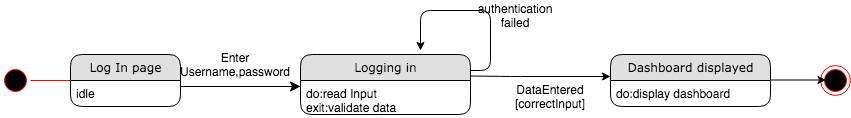
Earlier version of the draw.io export Diagrams/State Chart Diagrams/ST_01 LOGIN.png (kkasharaj17/SE-project). Source tidied: cells renumbered, new cells last; positions are measured from the earlier drawing's top-left corner, leaving out a move shared by most shapes. Source of this version:
```xml
<mxGraphModel background="#ffffff">
  <root>
    <mxCell id="0" />
    <mxCell id="1" parent="0" />
    <mxCell id="2" style="edgeStyle=orthogonalEdgeStyle;html=1;labelBackgroundColor=none;startFill=0;startSize=8;endFill=1;endSize=8;fontFamily=Verdana;fontSize=12;exitX=1;exitY=0.5;" parent="1" edge="1">
      <mxGeometry relative="1" as="geometry">
        <mxPoint x="180" y="86" as="sourcePoint" />
        <mxPoint x="300" y="86" as="targetPoint" />
      </mxGeometry>
    </mxCell>
    <mxCell id="3" value="authentication failed" style="text;html=1;strokeColor=none;fillColor=none;align=center;verticalAlign=middle;whiteSpace=wrap;rounded=0;" parent="1" vertex="1">
      <mxGeometry x="480" width="70" height="30" as="geometry" />
    </mxCell>
    <mxCell id="4" value="DataEntered [correctInput]" style="text;html=1;strokeColor=none;fillColor=none;align=center;verticalAlign=middle;whiteSpace=wrap;rounded=0;" parent="1" vertex="1">
      <mxGeometry x="510" y="86" width="80" height="20" as="geometry" />
    </mxCell>
    <mxCell id="5" style="ellipse;html=1;shape=endState;fillColor=#000000;strokeColor=#ff0000;" parent="1" vertex="1">
      <mxGeometry x="820" y="65" width="30" height="30" as="geometry" />
    </mxCell>
    <mxCell id="6" style="ellipse;html=1;shape=startState;fillColor=#000000;strokeColor=#ff0000;" parent="1" vertex="1">
      <mxGeometry y="65" width="30" height="30" as="geometry" />
    </mxCell>
    <mxCell id="7" style="edgeStyle=orthogonalEdgeStyle;html=1;verticalAlign=bottom;endArrow=open;endSize=8;strokeColor=#ff0000;" parent="1" edge="1" source="6">
      <mxGeometry relative="1" as="geometry">
        <mxPoint x="90" y="80" as="targetPoint" />
      </mxGeometry>
    </mxCell>
    <mxCell id="8" style="endArrow=classic;html=1;" parent="1" edge="1">
      <mxGeometry relative="1" as="geometry">
        <mxPoint x="770" y="79.5" as="sourcePoint" />
        <mxPoint x="825.5" y="79.5" as="targetPoint" />
      </mxGeometry>
    </mxCell>
    <mxCell id="9" value="Enter Username,password" style="text;html=1;strokeColor=none;fillColor=none;align=center;verticalAlign=middle;whiteSpace=wrap;rounded=0;" parent="1" vertex="1">
      <mxGeometry x="180" y="54" width="110" height="20" as="geometry" />
    </mxCell>
    <mxCell id="10" style="edgeStyle=segmentEdgeStyle;endArrow=classic;html=1;" parent="1" edge="1">
      <mxGeometry relative="1" as="geometry">
        <mxPoint x="470" y="70" as="sourcePoint" />
        <mxPoint x="420" y="50" as="targetPoint" />
        <Array as="points">
          <mxPoint x="470" y="70" />
          <mxPoint x="490" y="70" />
          <mxPoint x="490" y="10" />
          <mxPoint x="420" y="10" />
        </Array>
      </mxGeometry>
    </mxCell>
    <mxCell id="11" style="endArrow=classic;html=1;" parent="1" edge="1">
      <mxGeometry relative="1" as="geometry">
        <mxPoint x="470" y="75.5" as="sourcePoint" />
        <mxPoint x="610" y="76" as="targetPoint" />
        <Array as="points">
          <mxPoint x="510" y="76" />
        </Array>
      </mxGeometry>
    </mxCell>
    <mxCell id="12" value="Dashboard displayed" style="swimlane;html=1;fontStyle=0;horizontal=1;startSize=26;fillColor=#e0e0e0;swimlaneFillColor=#ffffff;align=center;rounded=1;shadow=0;comic=0;labelBackgroundColor=none;strokeWidth=1;fontFamily=Verdana;fontSize=12;" parent="1" vertex="1">
      <mxGeometry x="610" y="54" width="160" height="52" as="geometry" />
    </mxCell>
    <mxCell id="13" value="do:display dashboard" style="text;html=1;strokeColor=none;fillColor=none;spacingLeft=4;spacingRight=4;whiteSpace=wrap;overflow=hidden;" parent="12" vertex="1">
      <mxGeometry y="26" width="160" height="26" as="geometry" />
    </mxCell>
    <mxCell id="14" value="Log In page" style="swimlane;html=1;fontStyle=0;horizontal=1;startSize=26;fillColor=#e0e0e0;swimlaneFillColor=#ffffff;align=center;rounded=1;shadow=0;comic=0;labelBackgroundColor=none;strokeWidth=1;fontFamily=Verdana;fontSize=12;" parent="1" vertex="1">
      <mxGeometry x="70" y="54" width="110" height="52" as="geometry" />
    </mxCell>
    <mxCell id="15" value="idle" style="text;html=1;strokeColor=none;fillColor=none;spacingLeft=4;spacingRight=4;whiteSpace=wrap;overflow=hidden;" parent="14" vertex="1">
      <mxGeometry y="26" width="110" height="26" as="geometry" />
    </mxCell>
    <mxCell id="16" value="Logging in" style="swimlane;html=1;fontStyle=0;horizontal=1;startSize=26;fillColor=#e0e0e0;swimlaneFillColor=#ffffff;align=center;rounded=1;shadow=0;comic=0;labelBackgroundColor=none;strokeWidth=1;fontFamily=Verdana;fontSize=12;" parent="1" vertex="1">
      <mxGeometry x="300" y="54" width="170" height="60" as="geometry" />
    </mxCell>
    <mxCell id="17" value="do:read Input&lt;br&gt;exit:validate data" style="text;html=1;strokeColor=none;fillColor=none;spacingLeft=4;spacingRight=4;whiteSpace=wrap;overflow=hidden;" parent="16" vertex="1">
      <mxGeometry y="26" width="170" height="34" as="geometry" />
    </mxCell>
  </root>
</mxGraphModel>
```
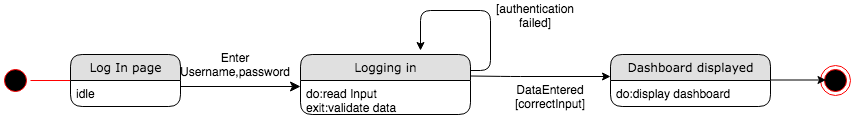
After the change.

What changed in the source:
```diff
@@ -8,8 +8,8 @@
         <mxPoint x="300" y="86" as="targetPoint" />
       </mxGeometry>
     </mxCell>
-    <mxCell id="3" value="authentication failed" style="text;html=1;strokeColor=none;fillColor=none;align=center;verticalAlign=middle;whiteSpace=wrap;rounded=0;" parent="1" vertex="1">
-      <mxGeometry x="480" width="70" height="30" as="geometry" />
+    <mxCell id="3" value="[authentication failed]" style="text;html=1;strokeColor=none;fillColor=none;align=center;verticalAlign=middle;whiteSpace=wrap;rounded=0;" parent="1" vertex="1">
+      <mxGeometry x="500" width="70" height="30" as="geometry" />
     </mxCell>
     <mxCell id="4" value="DataEntered [correctInput]" style="text;html=1;strokeColor=none;fillColor=none;align=center;verticalAlign=middle;whiteSpace=wrap;rounded=0;" parent="1" vertex="1">
       <mxGeometry x="510" y="86" width="80" height="20" as="geometry" />
```
